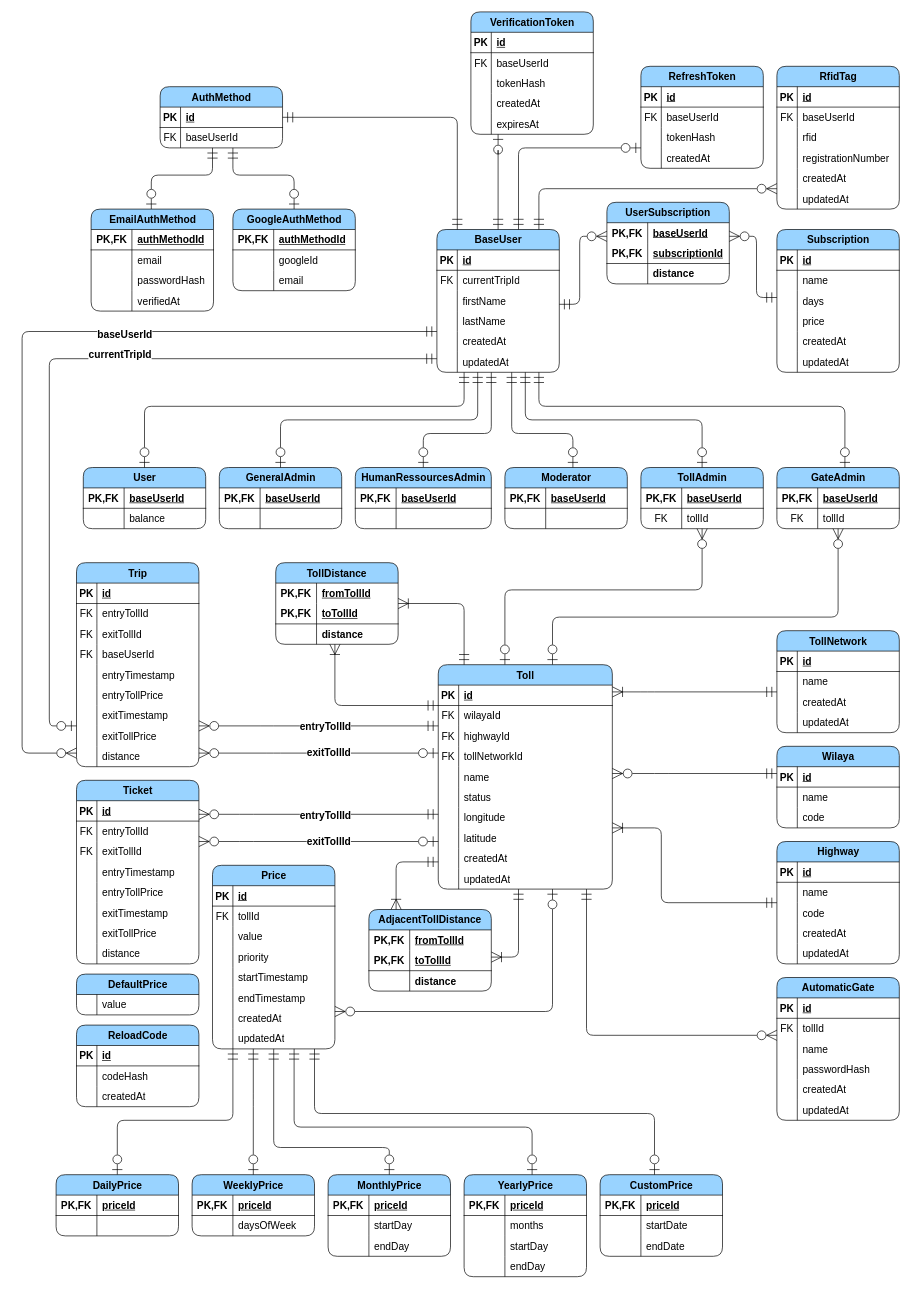
Earlier version of the draw.io diagram diagrams/entity-relation.drawio (devlotfi/peage-pay). Source tidied: cells renumbered, new cells numbered last; positions are measured from the earlier drawing's top-left corner, leaving out a move shared by most shapes. Both pictures are drawn from the tidied source at 68%, with x=0, y=0 at pixel (22, 12).
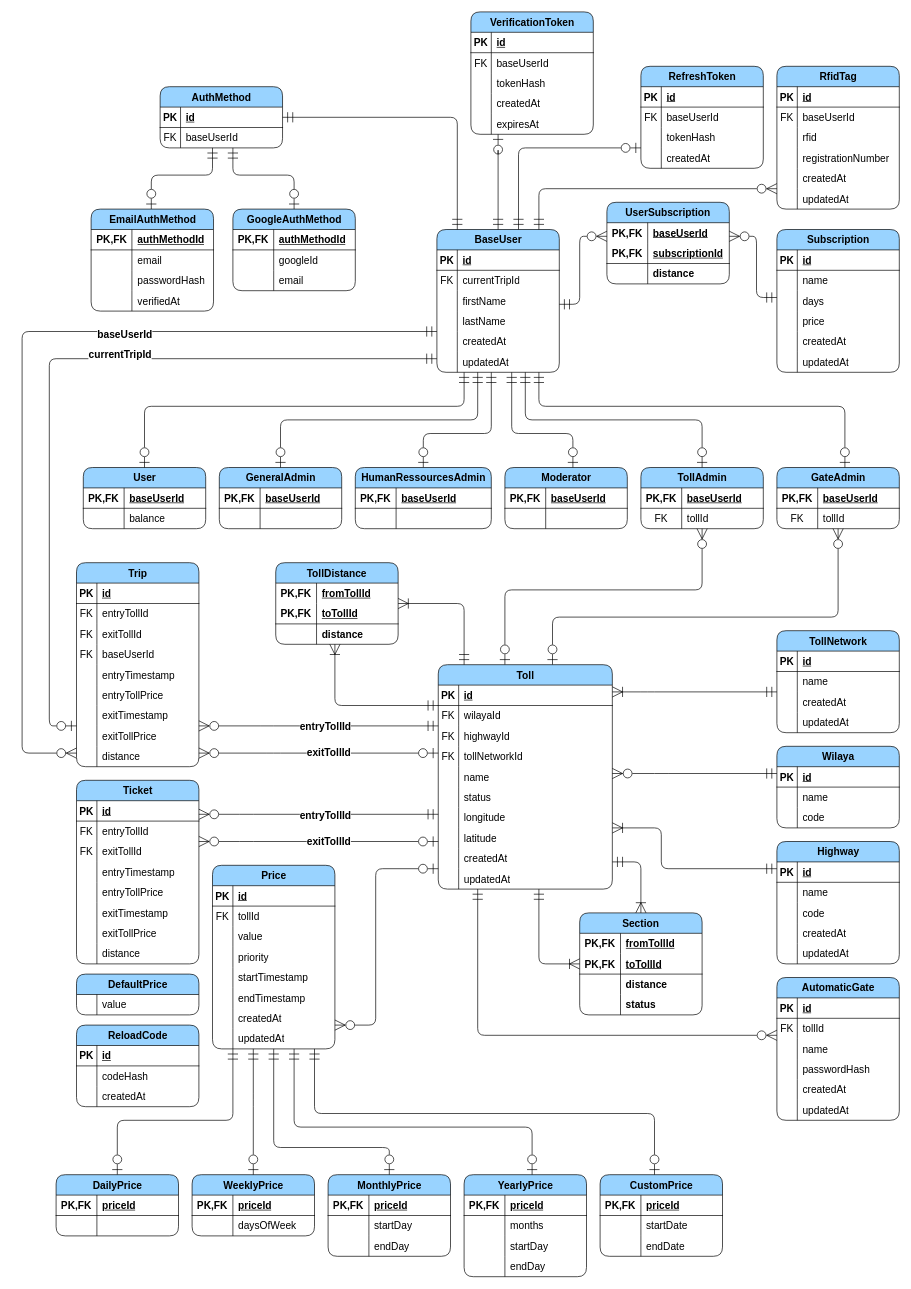
The same page after the edit.

The change refers to these unchanged cells:
```xml
<mxCell id="155" value="Toll" style="shape=table;startSize=30;childLayout=tableLayout;rowLines=0;fontStyle=1;align=center;html=1;rounded=1;fillColor=#99D3FF;fontSize=15;" parent="1" vertex="1">
  <mxGeometry x="612" y="960" width="256" height="330" as="geometry" />
</mxCell>
<mxCell id="187" value="AutomaticGate" style="shape=table;startSize=30;childLayout=tableLayout;rowLines=0;fontStyle=1;align=center;html=1;rounded=1;fillColor=#99D3FF;fontSize=15;" parent="1" vertex="1">
  <mxGeometry x="1110" y="1420" width="180" height="210" as="geometry" />
</mxCell>
<mxCell id="287" value="Price" style="shape=table;startSize=30;childLayout=tableLayout;rowLines=0;fontStyle=1;align=center;html=1;rounded=1;fillColor=#99D3FF;fontSize=15;" parent="1" vertex="1">
  <mxGeometry x="280" y="1255" width="180" height="270" as="geometry" />
</mxCell>
<mxCell id="386" value="Highway" style="shape=table;startSize=30;childLayout=tableLayout;rowLines=0;fontStyle=1;align=center;html=1;rounded=1;fillColor=#99D3FF;fontSize=15;" parent="1" vertex="1">
  <mxGeometry x="1110" y="1220" width="180" height="180" as="geometry" />
</mxCell>
```

Diff of the diagram source:
```diff
@@
     <mxCell id="186" style="edgeStyle=orthogonalEdgeStyle;rounded=1;jettySize=auto;html=1;strokeColor=default;align=center;verticalAlign=middle;fontFamily=Helvetica;fontSize=15;fontColor=default;fontStyle=1;labelBackgroundColor=default;startArrow=ERzeroToMany;startFill=0;startSize=13;endArrow=ERmandOne;endFill=0;endSize=13;" parent="1" edge="1" source="187" target="155">
       <mxGeometry relative="1" as="geometry">
         <Array as="points">
-          <mxPoint x="830" y="1505" />
+          <mxPoint x="670" y="1505" />
         </Array>
       </mxGeometry>
     </mxCell>
@@
     <mxCell id="286" style="edgeStyle=orthogonalEdgeStyle;rounded=1;jettySize=auto;html=1;strokeColor=default;align=center;verticalAlign=middle;fontFamily=Helvetica;fontSize=15;fontColor=default;fontStyle=1;labelBackgroundColor=default;startArrow=ERzeroToMany;startFill=0;startSize=13;endArrow=ERzeroToOne;endFill=0;endSize=13;" parent="1" edge="1" source="287" target="155">
       <mxGeometry relative="1" as="geometry">
         <Array as="points">
-          <mxPoint x="780" y="1470" />
+          <mxPoint x="520" y="1490" />
+          <mxPoint x="520" y="1260" />
         </Array>
       </mxGeometry>
     </mxCell>
@@
     <mxCell id="402" style="edgeStyle=orthogonalEdgeStyle;rounded=1;jettySize=auto;html=1;strokeColor=default;align=center;verticalAlign=middle;fontFamily=Helvetica;fontSize=15;fontColor=default;fontStyle=1;labelBackgroundColor=default;startArrow=ERmandOne;startFill=0;startSize=13;endArrow=ERoneToMany;endFill=0;endSize=13;" parent="1" edge="1" source="386" target="155">
       <mxGeometry relative="1" as="geometry">
         <Array as="points">
-          <mxPoint x="940" y="1310" />
+          <mxPoint x="940" y="1260" />
           <mxPoint x="940" y="1200" />
         </Array>
       </mxGeometry>
     </mxCell>
-    <mxCell id="403" value="AdjacentTollDistance" style="shape=table;startSize=30;childLayout=tableLayout;rowLines=0;fontStyle=1;align=center;html=1;whiteSpace=wrap;rounded=1;strokeColor=default;verticalAlign=middle;fontFamily=Helvetica;fontSize=15;fontColor=default;fillColor=#99D3FF;" parent="1" vertex="1">
-      <mxGeometry x="510" y="1320" width="180" height="120" as="geometry" />
+    <mxCell id="403" value="Section" style="shape=table;startSize=30;childLayout=tableLayout;rowLines=0;fontStyle=1;align=center;html=1;whiteSpace=wrap;rounded=1;strokeColor=default;verticalAlign=middle;fontFamily=Helvetica;fontSize=15;fontColor=default;fillColor=#99D3FF;" parent="1" vertex="1">
+      <mxGeometry x="820" y="1325" width="180" height="150" as="geometry" />
     </mxCell>
@@
+    <mxCell id="460" style="shape=tableRow;horizontal=0;startSize=0;swimlaneHead=0;swimlaneBody=0;fillColor=none;top=0;left=0;right=0;bottom=0;html=1;rounded=1;strokeColor=default;align=center;verticalAlign=middle;fontFamily=Helvetica;fontSize=15;fontColor=default;fontStyle=1;" parent="403" vertex="1">
+      <mxGeometry y="120" width="180" height="30" as="geometry" />
+    </mxCell>
+    <mxCell id="461" style="shape=partialRectangle;fillColor=none;top=0;left=0;bottom=0;right=0;overflow=hidden;html=1;whiteSpace=wrap;rounded=1;strokeColor=default;align=center;verticalAlign=middle;fontFamily=Helvetica;fontSize=15;fontColor=default;fontStyle=1;" parent="460" vertex="1">
+      <mxGeometry width="60" height="30" as="geometry" />
+    </mxCell>
+    <mxCell id="462" value="status" style="shape=partialRectangle;fillColor=none;top=0;left=0;bottom=0;right=0;align=left;spacingLeft=6;overflow=hidden;html=1;whiteSpace=wrap;rounded=1;strokeColor=default;verticalAlign=middle;fontFamily=Helvetica;fontSize=15;fontColor=default;fontStyle=1;" parent="460" vertex="1">
+      <mxGeometry x="60" width="120" height="30" as="geometry" />
+    </mxCell>
     <mxCell id="413" style="edgeStyle=orthogonalEdgeStyle;rounded=1;jettySize=auto;html=1;strokeColor=default;align=center;verticalAlign=middle;fontFamily=Helvetica;fontSize=15;fontColor=default;fontStyle=1;labelBackgroundColor=default;startArrow=ERoneToMany;startFill=0;startSize=13;endArrow=ERmandOne;endFill=0;endSize=13;" parent="1" edge="1" source="403" target="155">
       <mxGeometry relative="1" as="geometry">
         <Array as="points">
-          <mxPoint x="550" y="1250" />
+          <mxPoint x="760" y="1400" />
         </Array>
       </mxGeometry>
     </mxCell>
     <mxCell id="414" style="edgeStyle=orthogonalEdgeStyle;rounded=1;jettySize=auto;html=1;strokeColor=default;align=center;verticalAlign=middle;fontFamily=Helvetica;fontSize=15;fontColor=default;fontStyle=1;labelBackgroundColor=default;startArrow=ERoneToMany;startFill=0;startSize=13;endArrow=ERmandOne;endFill=0;endSize=13;" parent="1" edge="1" source="403" target="155">
       <mxGeometry relative="1" as="geometry">
         <Array as="points">
-          <mxPoint x="730" y="1390" />
+          <mxPoint x="910" y="1250" />
         </Array>
       </mxGeometry>
     </mxCell>
```
